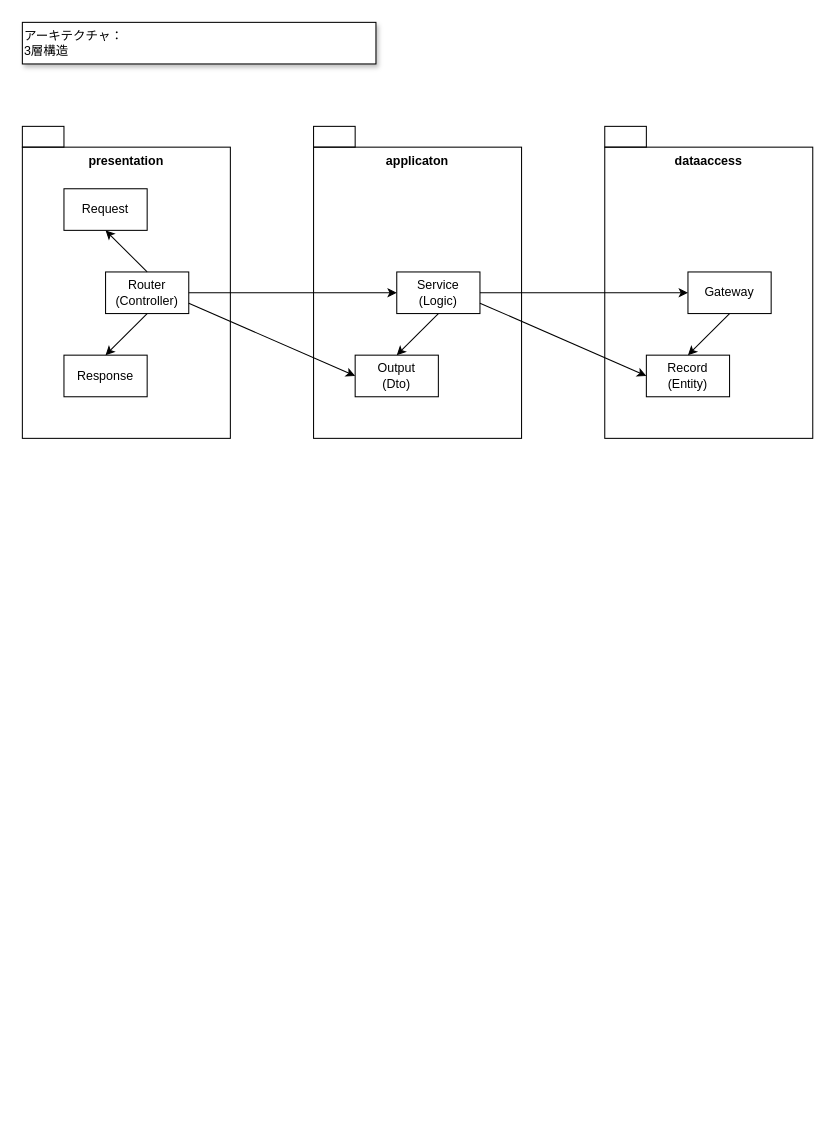
This is Reversi/docs/100_architecture.drawio from Gunj0/js-memo, a draw.io file, before an edit. Source tidied: cells renumbered, new cells numbered last; positions are measured from the earlier drawing's top-left corner, leaving out a move shared by most shapes. Both pictures are drawn from the tidied source at 104%, with x=0, y=0 at pixel (22, 22).
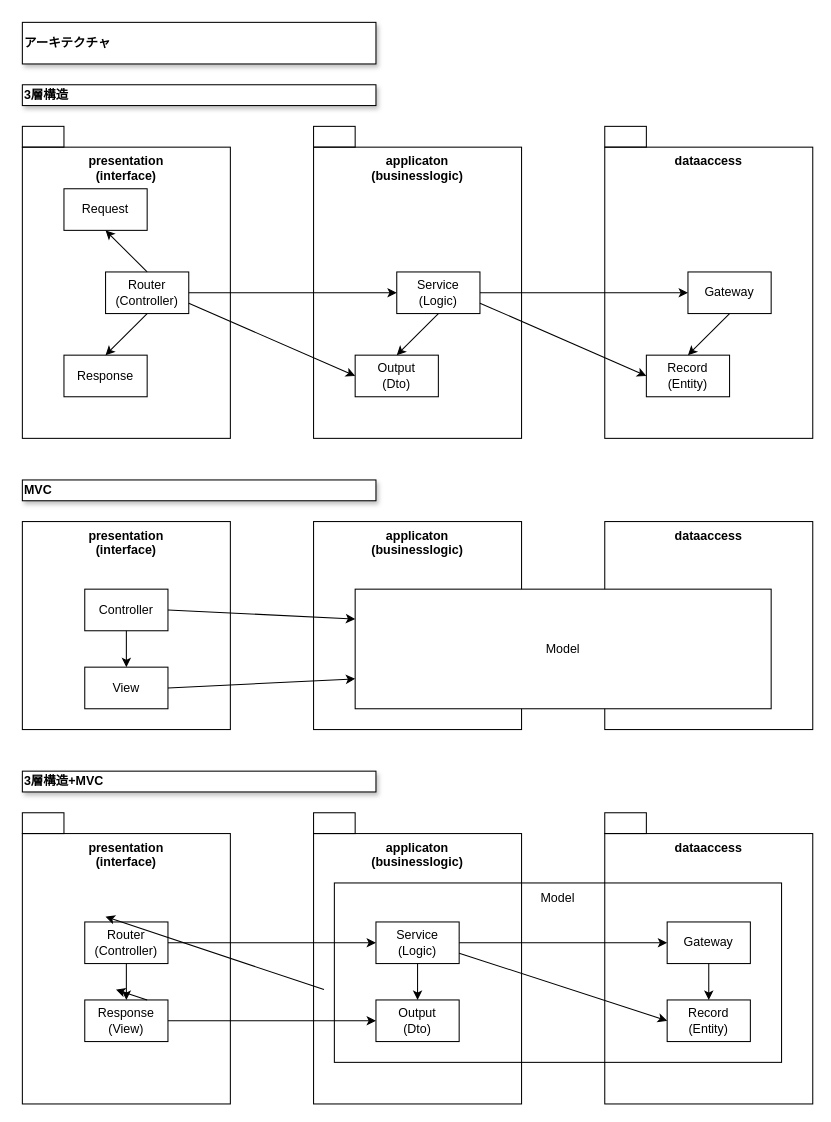
Above is the later version.

Diff of the diagram source:
```diff
@@
+    <mxCell id="24" value="&lt;span style=&quot;font-weight: normal;&quot;&gt;Model&lt;br&gt;&lt;/span&gt;" style="rounded=0;whiteSpace=wrap;html=1;fillColor=default;verticalAlign=top;fontStyle=1;" parent="1" vertex="1">
+      <mxGeometry x="300" y="827.5" width="430" height="172.5" as="geometry" />
+    </mxCell>
-    <mxCell id="2" value="presentation" style="rounded=0;whiteSpace=wrap;html=1;fillColor=none;verticalAlign=top;fontStyle=1;" parent="1" vertex="1">
+    <mxCell id="2" value="presentation&lt;br&gt;(interface)" style="rounded=0;whiteSpace=wrap;html=1;fillColor=none;verticalAlign=top;fontStyle=1;" parent="1" vertex="1">
       <mxGeometry y="120" width="200" height="280" as="geometry" />
     </mxCell>
-    <mxCell id="3" value="アーキテクチャ：&lt;br&gt;3層構造" style="rounded=0;whiteSpace=wrap;html=1;align=left;shadow=1;glass=0;" parent="1" vertex="1">
+    <mxCell id="3" value="アーキテクチャ" style="rounded=0;whiteSpace=wrap;html=1;align=left;shadow=1;glass=0;fontStyle=1;" parent="1" vertex="1">
       <mxGeometry width="340" height="40" as="geometry" />
     </mxCell>
@@
-    <mxCell id="5" value="applicaton" style="rounded=0;whiteSpace=wrap;html=1;fillColor=none;verticalAlign=top;fontStyle=1;" parent="1" vertex="1">
+    <mxCell id="5" value="applicaton&lt;br&gt;(businesslogic)" style="rounded=0;whiteSpace=wrap;html=1;fillColor=none;verticalAlign=top;fontStyle=1;" parent="1" vertex="1">
       <mxGeometry x="280" y="120" width="200" height="280" as="geometry" />
     </mxCell>
@@
+    <mxCell id="25" value="3層構造" style="rounded=0;whiteSpace=wrap;html=1;align=left;shadow=1;glass=0;fontStyle=1;" parent="1" vertex="1">
+      <mxGeometry y="60" width="340" height="20" as="geometry" />
+    </mxCell>
+    <mxCell id="26" value="MVC" style="rounded=0;whiteSpace=wrap;html=1;align=left;shadow=1;glass=0;fontStyle=1;" parent="1" vertex="1">
+      <mxGeometry y="440" width="340" height="20" as="geometry" />
+    </mxCell>
+    <mxCell id="27" value="presentation&lt;br&gt;(interface)" style="rounded=0;whiteSpace=wrap;html=1;fillColor=none;verticalAlign=top;fontStyle=1;" parent="1" vertex="1">
+      <mxGeometry y="480" width="200" height="200" as="geometry" />
+    </mxCell>
+    <mxCell id="28" value="applicaton&lt;br&gt;(businesslogic)" style="rounded=0;whiteSpace=wrap;html=1;fillColor=none;verticalAlign=top;fontStyle=1;" parent="1" vertex="1">
+      <mxGeometry x="280" y="480" width="200" height="200" as="geometry" />
+    </mxCell>
+    <mxCell id="29" value="dataaccess" style="rounded=0;whiteSpace=wrap;html=1;fillColor=none;verticalAlign=top;fontStyle=1;" parent="1" vertex="1">
+      <mxGeometry x="560" y="480" width="200" height="200" as="geometry" />
+    </mxCell>
+    <mxCell id="30" value="&lt;span style=&quot;font-weight: normal;&quot;&gt;Controller&lt;/span&gt;" style="rounded=0;whiteSpace=wrap;html=1;fillColor=none;verticalAlign=middle;fontStyle=1;" parent="1" vertex="1">
+      <mxGeometry x="60" y="545" width="80" height="40" as="geometry" />
+    </mxCell>
+    <mxCell id="31" value="&lt;span style=&quot;font-weight: normal;&quot;&gt;View&lt;br&gt;&lt;/span&gt;" style="rounded=0;whiteSpace=wrap;html=1;fillColor=none;verticalAlign=middle;fontStyle=1;" parent="1" vertex="1">
+      <mxGeometry x="60" y="620" width="80" height="40" as="geometry" />
+    </mxCell>
+    <mxCell id="32" value="&lt;span style=&quot;font-weight: normal;&quot;&gt;Model&lt;br&gt;&lt;/span&gt;" style="rounded=0;whiteSpace=wrap;html=1;fillColor=default;verticalAlign=middle;fontStyle=1;" parent="1" vertex="1">
+      <mxGeometry x="320" y="545" width="400" height="115" as="geometry" />
+    </mxCell>
+    <mxCell id="33" style="endArrow=classic;html=1;exitX=0.5;exitY=1;exitDx=0;exitDy=0;" parent="1" edge="1" source="30">
+      <mxGeometry relative="1" as="geometry">
+        <mxPoint x="100" y="620" as="targetPoint" />
+      </mxGeometry>
+    </mxCell>
+    <mxCell id="34" style="endArrow=classic;html=1;entryX=0;entryY=0.75;entryDx=0;entryDy=0;exitX=1;exitY=0.5;exitDx=0;exitDy=0;" parent="1" edge="1" source="31" target="32">
+      <mxGeometry relative="1" as="geometry" />
+    </mxCell>
+    <mxCell id="35" style="endArrow=classic;html=1;entryX=0;entryY=0.25;entryDx=0;entryDy=0;exitX=1;exitY=0.5;exitDx=0;exitDy=0;" parent="1" edge="1" source="30" target="32">
+      <mxGeometry relative="1" as="geometry" />
+    </mxCell>
+    <mxCell id="36" value="presentation&lt;br&gt;(interface)" style="rounded=0;whiteSpace=wrap;html=1;fillColor=none;verticalAlign=top;fontStyle=1;" parent="1" vertex="1">
+      <mxGeometry y="780" width="200" height="260" as="geometry" />
+    </mxCell>
+    <mxCell id="37" style="rounded=0;whiteSpace=wrap;html=1;fillColor=none;" parent="1" vertex="1">
+      <mxGeometry y="760" width="40" height="20" as="geometry" />
+    </mxCell>
+    <mxCell id="38" value="applicaton&lt;br&gt;(businesslogic)" style="rounded=0;whiteSpace=wrap;html=1;fillColor=none;verticalAlign=top;fontStyle=1;" parent="1" vertex="1">
+      <mxGeometry x="280" y="780" width="200" height="260" as="geometry" />
+    </mxCell>
+    <mxCell id="39" style="rounded=0;whiteSpace=wrap;html=1;fillColor=none;" parent="1" vertex="1">
+      <mxGeometry x="280" y="760" width="40" height="20" as="geometry" />
+    </mxCell>
+    <mxCell id="40" value="dataaccess" style="rounded=0;whiteSpace=wrap;html=1;fillColor=none;verticalAlign=top;fontStyle=1;" parent="1" vertex="1">
+      <mxGeometry x="560" y="780" width="200" height="260" as="geometry" />
+    </mxCell>
+    <mxCell id="41" style="rounded=0;whiteSpace=wrap;html=1;fillColor=none;" parent="1" vertex="1">
+      <mxGeometry x="560" y="760" width="40" height="20" as="geometry" />
+    </mxCell>
+    <mxCell id="42" value="&lt;span style=&quot;font-weight: normal;&quot;&gt;Service&lt;br&gt;(Logic)&lt;br&gt;&lt;/span&gt;" style="rounded=0;whiteSpace=wrap;html=1;fillColor=none;verticalAlign=middle;fontStyle=1;" parent="1" vertex="1">
+      <mxGeometry x="340" y="865" width="80" height="40" as="geometry" />
+    </mxCell>
+    <mxCell id="43" value="&lt;span style=&quot;font-weight: normal;&quot;&gt;Output&lt;br&gt;(Dto)&lt;br&gt;&lt;/span&gt;" style="rounded=0;whiteSpace=wrap;html=1;fillColor=none;verticalAlign=middle;fontStyle=1;" parent="1" vertex="1">
+      <mxGeometry x="340" y="940" width="80" height="40" as="geometry" />
+    </mxCell>
+    <mxCell id="44" style="endArrow=classic;html=1;entryX=0.5;entryY=1;entryDx=0;entryDy=0;exitX=0.5;exitY=0;exitDx=0;exitDy=0;" parent="1" edge="1">
+      <mxGeometry relative="1" as="geometry">
+        <mxPoint x="290" y="930" as="sourcePoint" />
+        <mxPoint x="80" y="860" as="targetPoint" />
+      </mxGeometry>
+    </mxCell>
+    <mxCell id="45" style="endArrow=classic;html=1;entryX=0.5;entryY=0;entryDx=0;entryDy=0;exitX=0.5;exitY=1;exitDx=0;exitDy=0;" parent="1" edge="1">
+      <mxGeometry relative="1" as="geometry">
+        <mxPoint x="120" y="940" as="sourcePoint" />
+        <mxPoint x="90" y="930" as="targetPoint" />
+      </mxGeometry>
+    </mxCell>
+    <mxCell id="46" style="endArrow=classic;html=1;entryX=0;entryY=0.5;entryDx=0;entryDy=0;exitX=1;exitY=0.5;exitDx=0;exitDy=0;" parent="1" edge="1" source="56" target="42">
+      <mxGeometry relative="1" as="geometry" />
+    </mxCell>
+    <mxCell id="47" style="endArrow=classic;html=1;exitX=0.5;exitY=1;exitDx=0;exitDy=0;" parent="1" edge="1" source="42" target="43">
+      <mxGeometry relative="1" as="geometry" />
+    </mxCell>
+    <mxCell id="48" style="endArrow=classic;html=1;entryX=0;entryY=0.5;entryDx=0;entryDy=0;exitX=1;exitY=0.5;exitDx=0;exitDy=0;" parent="1" edge="1" source="55" target="43">
+      <mxGeometry relative="1" as="geometry" />
+    </mxCell>
+    <mxCell id="49" value="&lt;span style=&quot;font-weight: normal;&quot;&gt;Gateway&lt;/span&gt;" style="rounded=0;whiteSpace=wrap;html=1;fillColor=none;verticalAlign=middle;fontStyle=1;" parent="1" vertex="1">
+      <mxGeometry x="620" y="865" width="80" height="40" as="geometry" />
+    </mxCell>
+    <mxCell id="50" value="&lt;span style=&quot;font-weight: normal;&quot;&gt;Record&lt;br&gt;(Entity)&lt;br&gt;&lt;/span&gt;" style="rounded=0;whiteSpace=wrap;html=1;fillColor=none;verticalAlign=middle;fontStyle=1;" parent="1" vertex="1">
+      <mxGeometry x="620" y="940" width="80" height="40" as="geometry" />
+    </mxCell>
+    <mxCell id="51" style="endArrow=classic;html=1;exitX=1;exitY=0.75;exitDx=0;exitDy=0;entryX=0;entryY=0.5;entryDx=0;entryDy=0;" parent="1" edge="1" source="42" target="50">
+      <mxGeometry relative="1" as="geometry" />
+    </mxCell>
+    <mxCell id="52" style="endArrow=classic;html=1;entryX=0;entryY=0.5;entryDx=0;entryDy=0;exitX=1;exitY=0.5;exitDx=0;exitDy=0;" parent="1" edge="1" source="42" target="49">
+      <mxGeometry relative="1" as="geometry" />
+    </mxCell>
+    <mxCell id="53" style="endArrow=classic;html=1;exitX=0.5;exitY=1;exitDx=0;exitDy=0;entryX=0.5;entryY=0;entryDx=0;entryDy=0;" parent="1" edge="1" source="49" target="50">
+      <mxGeometry relative="1" as="geometry" />
+    </mxCell>
+    <mxCell id="54" value="3層構造+MVC" style="rounded=0;whiteSpace=wrap;html=1;align=left;shadow=1;glass=0;fontStyle=1;" parent="1" vertex="1">
+      <mxGeometry y="720" width="340" height="20" as="geometry" />
+    </mxCell>
+    <mxCell id="55" value="&lt;span style=&quot;font-weight: 400;&quot;&gt;Response&lt;br&gt;&lt;/span&gt;&lt;span style=&quot;font-weight: normal;&quot;&gt;(View)&lt;br&gt;&lt;/span&gt;" style="rounded=0;whiteSpace=wrap;html=1;fillColor=none;verticalAlign=middle;fontStyle=1;" parent="1" vertex="1">
+      <mxGeometry x="60" y="940" width="80" height="40" as="geometry" />
+    </mxCell>
+    <mxCell id="56" value="&lt;span style=&quot;font-weight: 400;&quot;&gt;Router&lt;/span&gt;&lt;br style=&quot;border-color: var(--border-color); font-weight: 400;&quot;&gt;&lt;span style=&quot;font-weight: 400;&quot;&gt;(Controller)&lt;/span&gt;" style="rounded=0;whiteSpace=wrap;html=1;fillColor=none;verticalAlign=middle;fontStyle=1;" parent="1" vertex="1">
+      <mxGeometry x="60" y="865" width="80" height="40" as="geometry" />
+    </mxCell>
+    <mxCell id="57" style="endArrow=classic;html=1;exitX=0.5;exitY=1;exitDx=0;exitDy=0;" parent="1" edge="1" source="56">
+      <mxGeometry relative="1" as="geometry">
+        <mxPoint x="100" y="940" as="targetPoint" />
+      </mxGeometry>
+    </mxCell>
```
